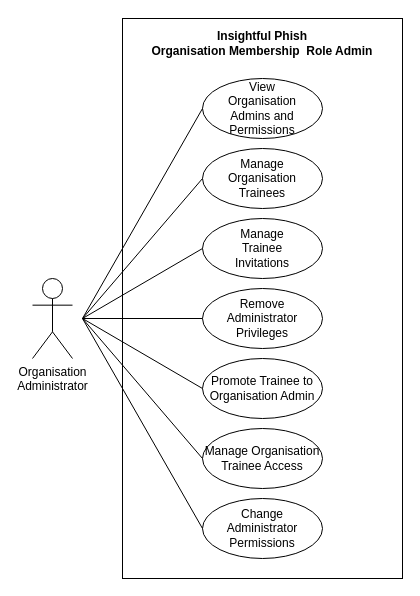
Earlier version of the draw.io diagram docs/demo4/diagrams/srs/use-cases/organisation-membership-and-role-administration.drawio (COS301-SE-2026/Cybersecurity-Awareness-Training-Platform). Source tidied: cells renumbered, new cells numbered last; positions are measured from the earlier drawing's top-left corner, leaving out a move shared by most shapes. Both pictures are drawn from the tidied source at 100%, with x=0, y=0 at pixel (32, 18).
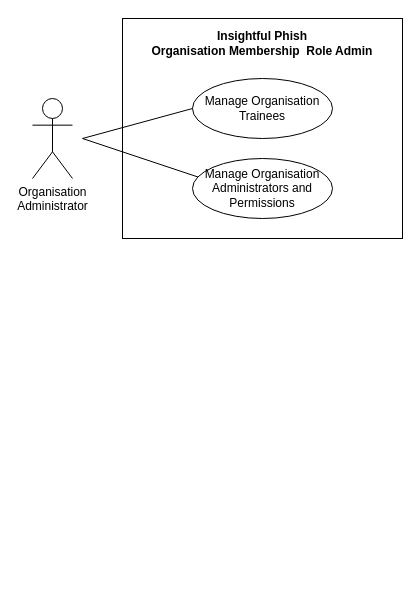
The same page after the edit.

The edit, as a diff of the source:
```diff
@@
     <mxCell id="2" style="rounded=0;whiteSpace=wrap;html=1;fillColor=none;" parent="1" vertex="1">
-      <mxGeometry x="90" width="280" height="560" as="geometry" />
+      <mxGeometry x="90" width="280" height="220" as="geometry" />
     </mxCell>
     <mxCell id="3" value="&lt;div&gt;Organisation&lt;br&gt;Administrator&lt;/div&gt;" style="shape=umlActor;verticalLabelPosition=bottom;verticalAlign=top;html=1;" parent="1" vertex="1">
-      <mxGeometry y="260" width="40" height="80" as="geometry" />
+      <mxGeometry y="80" width="40" height="80" as="geometry" />
     </mxCell>
-    <mxCell id="4" value="Manage&lt;br&gt;Organisation&lt;br&gt;Trainees" style="ellipse;whiteSpace=wrap;html=1;" parent="1" vertex="1">
-      <mxGeometry x="170" y="130" width="120" height="60" as="geometry" />
-    </mxCell>
@@
-    <mxCell id="6" value="Manage Organisation&lt;br&gt;Trainee Access" style="ellipse;whiteSpace=wrap;html=1;" parent="1" vertex="1">
-      <mxGeometry x="170" y="410" width="120" height="60" as="geometry" />
-    </mxCell>
-    <mxCell id="7" value="Promote Trainee to Organisation Admin" style="ellipse;whiteSpace=wrap;html=1;" parent="1" vertex="1">
-      <mxGeometry x="170" y="340" width="120" height="60" as="geometry" />
-    </mxCell>
-    <mxCell id="8" value="View&lt;br&gt;Organisation&lt;br&gt;Admins and Permissions" style="ellipse;whiteSpace=wrap;html=1;" parent="1" vertex="1">
-      <mxGeometry x="170" y="60" width="120" height="60" as="geometry" />
+    <mxCell id="8" value="Manage Organisation Trainees" style="ellipse;whiteSpace=wrap;html=1;" parent="1" vertex="1">
+      <mxGeometry x="160" y="60" width="140" height="60" as="geometry" />
     </mxCell>
-    <mxCell id="9" value="Change&lt;br&gt;Administrator Permissions" style="ellipse;whiteSpace=wrap;html=1;" parent="1" vertex="1">
-      <mxGeometry x="170" y="480" width="120" height="60" as="geometry" />
-    </mxCell>
-    <mxCell id="10" value="Remove Administrator Privileges" style="ellipse;whiteSpace=wrap;html=1;" parent="1" vertex="1">
-      <mxGeometry x="170" y="270" width="120" height="60" as="geometry" />
-    </mxCell>
-    <mxCell id="11" value="Manage&lt;br&gt;Trainee&lt;br&gt;Invitations" style="ellipse;whiteSpace=wrap;html=1;" parent="1" vertex="1">
-      <mxGeometry x="170" y="200" width="120" height="60" as="geometry" />
-    </mxCell>
-    <mxCell id="12" style="endArrow=none;html=1;rounded=0;exitX=0;exitY=0.5;exitDx=0;exitDy=0;" parent="1" edge="1" source="10">
-      <mxGeometry relative="1" as="geometry">
-        <mxPoint x="50" y="300" as="targetPoint" />
-      </mxGeometry>
-    </mxCell>
     <mxCell id="13" style="endArrow=none;html=1;rounded=0;exitX=0;exitY=0.5;exitDx=0;exitDy=0;" parent="1" edge="1" source="8">
       <mxGeometry relative="1" as="geometry">
-        <mxPoint x="50" y="300" as="targetPoint" />
+        <mxPoint x="50" y="120" as="targetPoint" />
       </mxGeometry>
     </mxCell>
-    <mxCell id="14" style="endArrow=none;html=1;rounded=0;exitX=0;exitY=0.5;exitDx=0;exitDy=0;" parent="1" edge="1" source="4">
+    <mxCell id="14" style="endArrow=none;html=1;rounded=0;exitX=0;exitY=0.5;exitDx=0;exitDy=0;" parent="1" edge="1">
       <mxGeometry relative="1" as="geometry">
-        <mxPoint x="50" y="300" as="targetPoint" />
+        <mxPoint x="170" y="160" as="sourcePoint" />
+        <mxPoint x="50" y="120" as="targetPoint" />
       </mxGeometry>
     </mxCell>
-    <mxCell id="15" style="endArrow=none;html=1;rounded=0;exitX=0;exitY=0.5;exitDx=0;exitDy=0;" parent="1" edge="1" source="11">
-      <mxGeometry relative="1" as="geometry">
-        <mxPoint x="50" y="300" as="targetPoint" />
-      </mxGeometry>
-    </mxCell>
-    <mxCell id="16" style="endArrow=none;html=1;rounded=0;exitX=0;exitY=0.5;exitDx=0;exitDy=0;" parent="1" edge="1" source="7">
-      <mxGeometry relative="1" as="geometry">
-        <mxPoint x="50" y="300" as="targetPoint" />
-      </mxGeometry>
-    </mxCell>
-    <mxCell id="17" style="endArrow=none;html=1;rounded=0;exitX=0;exitY=0.5;exitDx=0;exitDy=0;" parent="1" edge="1" source="6">
-      <mxGeometry relative="1" as="geometry">
-        <mxPoint x="50" y="300" as="targetPoint" />
-      </mxGeometry>
-    </mxCell>
-    <mxCell id="18" style="endArrow=none;html=1;rounded=0;exitX=0;exitY=0.5;exitDx=0;exitDy=0;" parent="1" edge="1" source="9">
-      <mxGeometry relative="1" as="geometry">
-        <mxPoint x="50" y="300" as="targetPoint" />
-      </mxGeometry>
-    </mxCell>
+    <mxCell id="19" value="Manage Organisation Administrators and Permissions" style="ellipse;whiteSpace=wrap;html=1;" parent="1" vertex="1">
+      <mxGeometry x="160" y="140" width="140" height="60" as="geometry" />
+    </mxCell>
```
